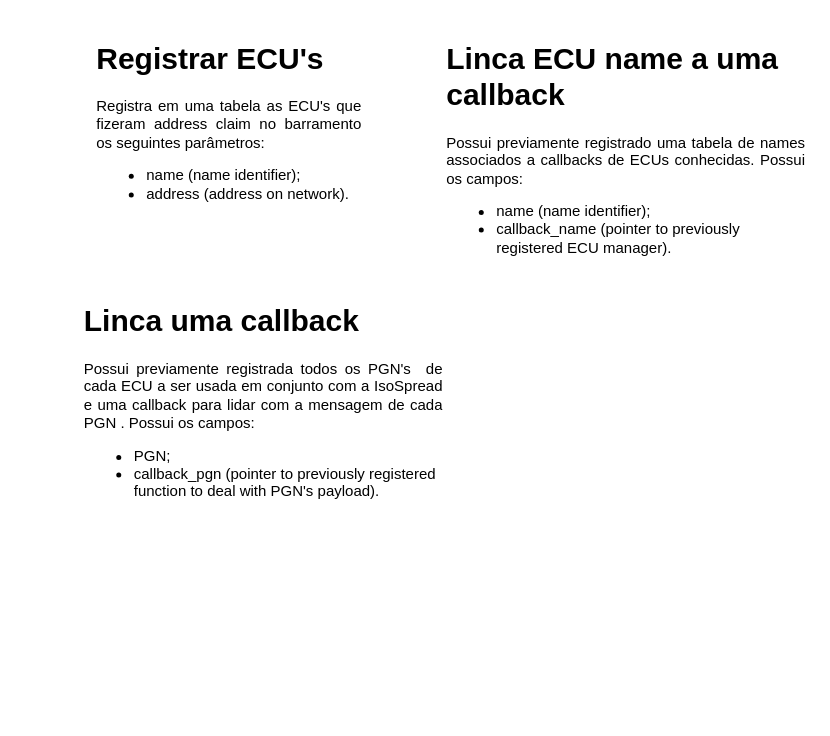
Before: Manager_1939.drawio in eduardochiarello/DrawIO_saves, a draw.io diagram. Source tidied: cells renumbered, new cells numbered last; positions are measured from the earlier drawing's top-left corner, leaving out a move shared by most shapes. Both pictures are drawn from the tidied source at 125%, with x=0, y=0 at pixel (78, 34).
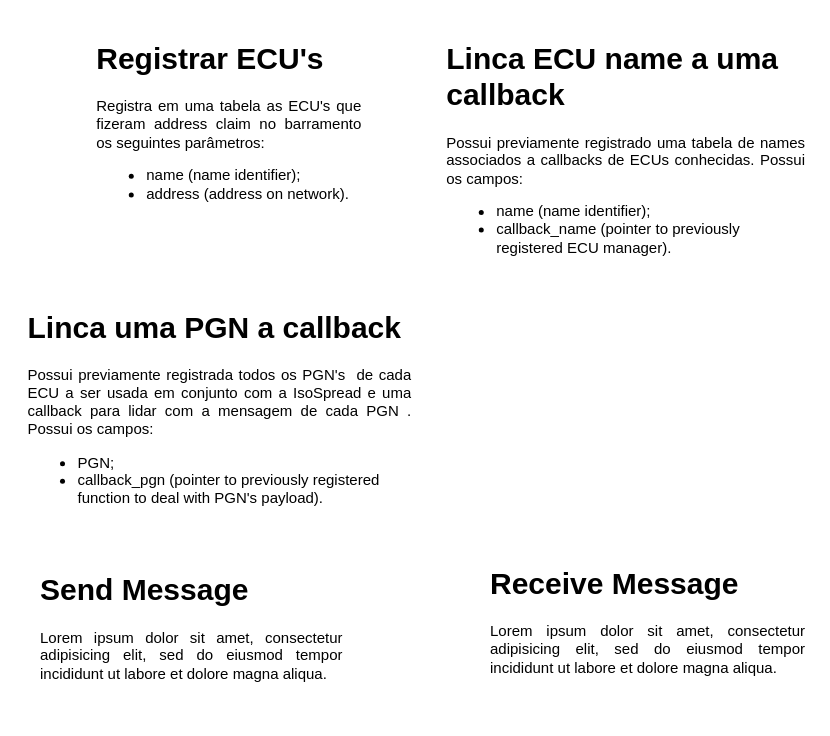
Above is the later version.

The edit, as a diff of the source:
```diff
@@
 <mxGraphModel>
   <root>
     <mxCell id="0" />
     <mxCell id="1" parent="0" />
     <mxCell id="2" value="&lt;h1&gt;Registrar ECU's&lt;br&gt;&lt;/h1&gt;&lt;p align=&quot;justify&quot;&gt;Registra em uma tabela as ECU's que fizeram address claim no barramento os seguintes parâmetros:&lt;/p&gt;&lt;ul&gt;&lt;li&gt;name (name identifier);&lt;br&gt;&lt;/li&gt;&lt;li&gt;address (address on network).&lt;br&gt;&lt;/li&gt;&lt;/ul&gt;" style="text;html=1;spacing=5;spacingTop=-20;whiteSpace=wrap;overflow=hidden;rounded=0;" parent="1" vertex="1">
       <mxGeometry x="10" width="220" height="170" as="geometry" />
     </mxCell>
     <mxCell id="3" value="&lt;h1&gt;Linca ECU name a uma callback&lt;br&gt;&lt;/h1&gt;&lt;p align=&quot;justify&quot;&gt;Possui previamente registrado uma tabela de names associados a callbacks de ECUs conhecidas. Possui os campos:&lt;br&gt;&lt;/p&gt;&lt;ul&gt;&lt;li&gt;name (name identifier);&lt;br&gt;&lt;/li&gt;&lt;li&gt;callback_name (pointer to previously&lt;span class=&quot;corrected-phrase ng-star-inserted&quot;&gt;&lt;/span&gt;&lt;span class=&quot;corrected-phrase__displayed-text corrected-phrase__displayed-text_no-correction ng-star-inserted&quot;&gt;&lt;/span&gt; registered ECU manager).&lt;/li&gt;&lt;/ul&gt;" style="text;html=1;spacing=5;spacingTop=-20;whiteSpace=wrap;overflow=hidden;rounded=0;" parent="1" vertex="1">
       <mxGeometry x="290" width="295" height="187.5" as="geometry" />
     </mxCell>
-    <mxCell id="4" value="&lt;h1&gt;Linca uma callback &lt;br&gt;&lt;/h1&gt;&lt;p align=&quot;justify&quot;&gt;Possui previamente registrada todos os PGN's&amp;nbsp; de cada ECU a ser usada em conjunto com a IsoSpread e uma callback para lidar com a mensagem de cada PGN . Possui os campos:&lt;br&gt;&lt;/p&gt;&lt;ul&gt;&lt;li&gt;PGN;&lt;br&gt;&lt;/li&gt;&lt;li&gt;callback_pgn (pointer to&amp;nbsp;&lt;span class=&quot;corrected-phrase ng-star-inserted&quot;&gt;&lt;/span&gt;&lt;span class=&quot;corrected-phrase__displayed-text corrected-phrase__displayed-text_no-correction ng-star-inserted&quot;&gt;&lt;/span&gt;previously registered function to deal with PGN's payload).&lt;/li&gt;&lt;/ul&gt;" style="text;html=1;spacing=5;spacingTop=-20;whiteSpace=wrap;overflow=hidden;rounded=0;" parent="1" vertex="1">
-      <mxGeometry y="210" width="295" height="187.5" as="geometry" />
+    <mxCell id="4" value="&lt;h1&gt;Linca uma PGN a callback &lt;br&gt;&lt;/h1&gt;&lt;p align=&quot;justify&quot;&gt;Possui previamente registrada todos os PGN's&amp;nbsp; de cada ECU a ser usada em conjunto com a IsoSpread e uma callback para lidar com a mensagem de cada PGN . Possui os campos:&lt;br&gt;&lt;/p&gt;&lt;ul&gt;&lt;li&gt;PGN;&lt;br&gt;&lt;/li&gt;&lt;li&gt;callback_pgn (pointer to&amp;nbsp;&lt;span class=&quot;corrected-phrase ng-star-inserted&quot;&gt;&lt;/span&gt;&lt;span class=&quot;corrected-phrase__displayed-text corrected-phrase__displayed-text_no-correction ng-star-inserted&quot;&gt;&lt;/span&gt;previously registered function to deal with PGN's payload).&lt;/li&gt;&lt;/ul&gt;" style="text;html=1;spacing=5;spacingTop=-20;whiteSpace=wrap;overflow=hidden;rounded=0;" parent="1" vertex="1">
+      <mxGeometry x="-45" y="215" width="315" height="175" as="geometry" />
     </mxCell>
+    <mxCell id="5" value="&lt;h1&gt;Send Message&lt;br&gt;&lt;/h1&gt;&lt;p align=&quot;justify&quot;&gt;Lorem ipsum dolor sit amet, consectetur adipisicing elit, sed do eiusmod tempor incididunt ut labore et dolore magna aliqua.&lt;/p&gt;" style="text;html=1;spacing=5;spacingTop=-20;whiteSpace=wrap;overflow=hidden;rounded=0;" parent="1" vertex="1">
+      <mxGeometry x="-35" y="425" width="250" height="120" as="geometry" />
+    </mxCell>
+    <mxCell id="6" value="&lt;h1&gt;Receive Message&lt;br&gt;&lt;/h1&gt;&lt;p align=&quot;justify&quot;&gt;Lorem ipsum dolor sit amet, consectetur adipisicing elit, sed do eiusmod tempor incididunt ut labore et dolore magna aliqua.&lt;/p&gt;" style="text;html=1;spacing=5;spacingTop=-20;whiteSpace=wrap;overflow=hidden;rounded=0;" parent="1" vertex="1">
+      <mxGeometry x="325" y="420" width="260" height="115" as="geometry" />
+    </mxCell>
   </root>
 </mxGraphModel>
```
